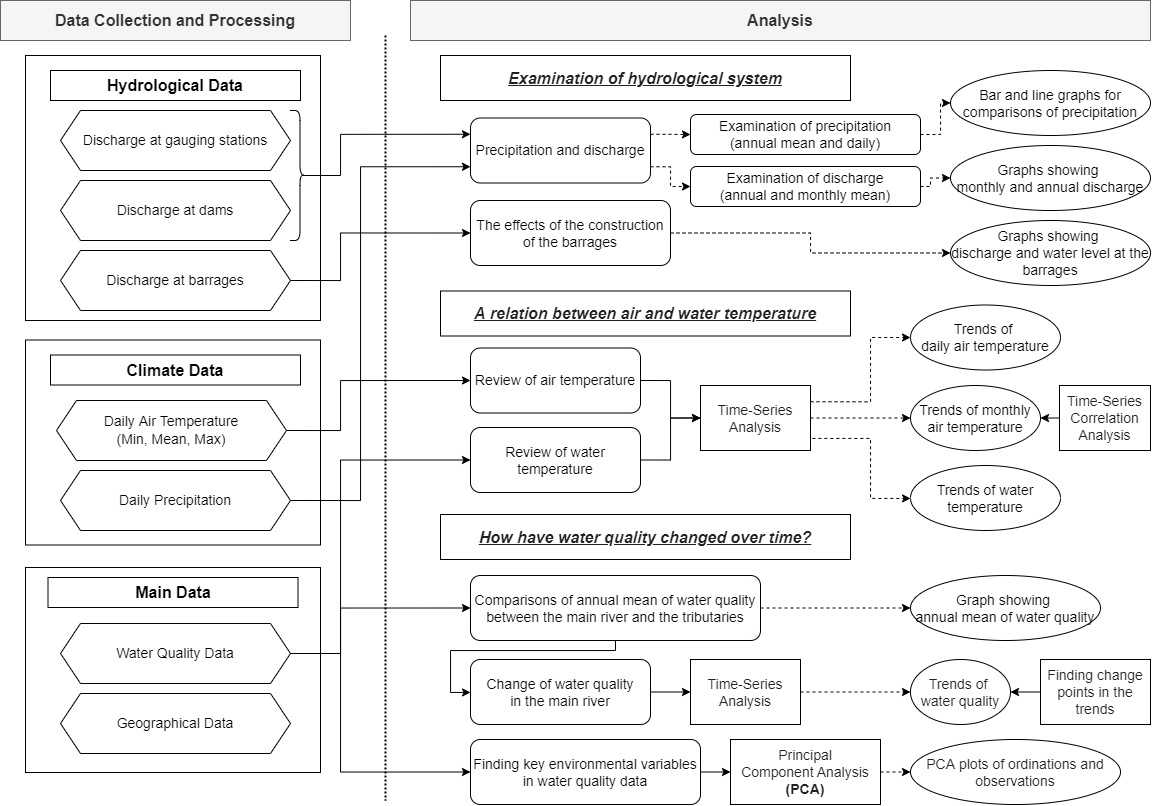
Earlier version of the draw.io export Chapter3_Flowchart(new).png (muyeoljung/PhD_Studyarea). Source tidied: cells renumbered, new cells last; positions are measured from the earlier drawing's top-left corner, leaving out a move shared by most shapes.
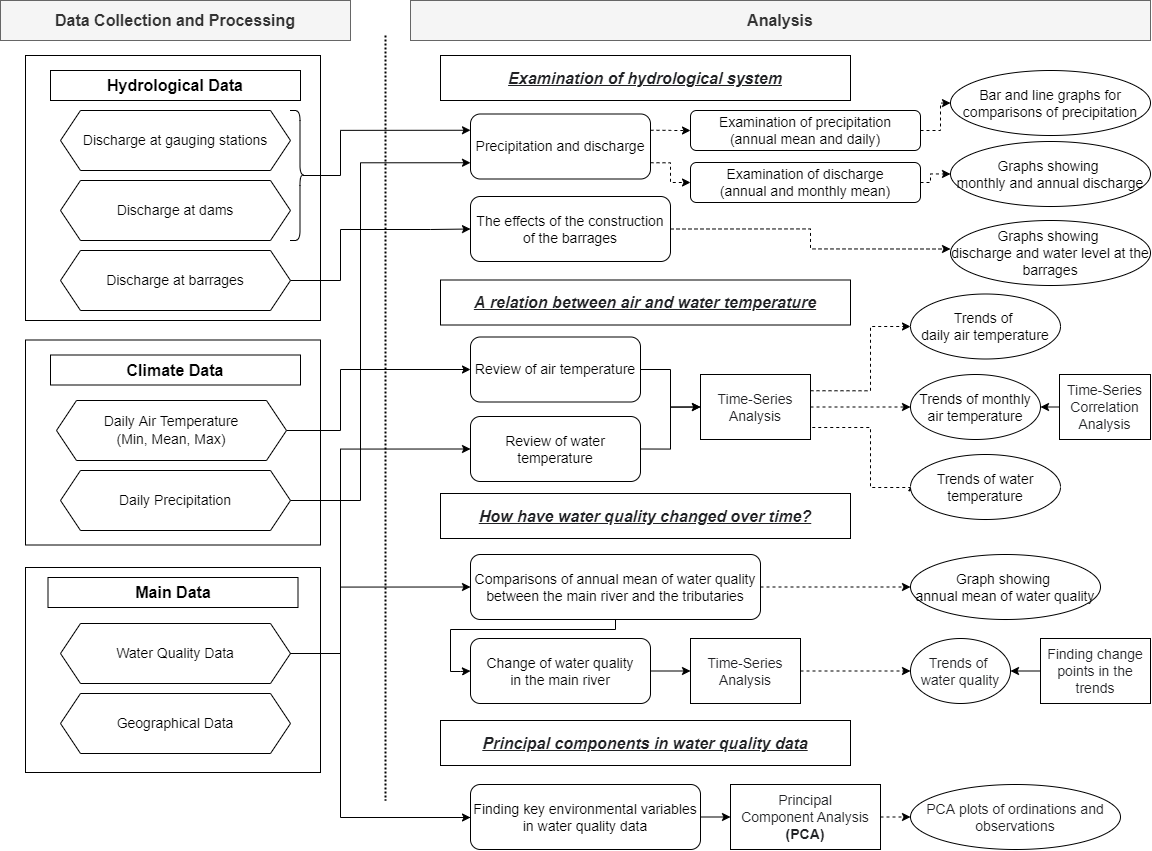
Above is the later version.

What changed in the source:
```diff
@@ -13,3 +13,13 @@
     </mxCell>
+    <mxCell id="6" style="edgeStyle=orthogonalEdgeStyle;rounded=0;jettySize=auto;html=1;exitX=1;exitY=0.5;exitDx=0;exitDy=0;fontSize=13;startArrow=none;startFill=0;endArrow=classic;endFill=1;" parent="1" edge="1" source="7">
+      <mxGeometry relative="1" as="geometry">
+        <mxPoint x="470" y="817" as="targetPoint" />
+        <Array as="points">
+          <mxPoint x="340" y="653" />
+          <mxPoint x="340" y="817" />
+          <mxPoint x="470" y="817" />
+        </Array>
+      </mxGeometry>
+    </mxCell>
-    <mxCell id="5" style="edgeStyle=orthogonalEdgeStyle;rounded=0;jettySize=auto;html=1;exitX=1;exitY=0.5;exitDx=0;exitDy=0;entryX=0;entryY=0.5;entryDx=0;entryDy=0;fontSize=14;startArrow=none;startFill=0;endArrow=classic;endFill=1;" parent="1" edge="1" source="7" target="33">
+    <mxCell id="5" style="edgeStyle=orthogonalEdgeStyle;rounded=0;jettySize=auto;html=1;exitX=1;exitY=0.5;exitDx=0;exitDy=0;entryX=0;entryY=0.5;entryDx=0;entryDy=0;" parent="1" edge="1" source="7" target="33">
       <mxGeometry relative="1" as="geometry">
@@ -17,3 +27,3 @@
           <mxPoint x="340" y="653" />
-          <mxPoint x="340" y="460" />
+          <mxPoint x="340" y="449" />
         </Array>
@@ -21,10 +31,2 @@
     </mxCell>
-    <mxCell id="6" style="edgeStyle=orthogonalEdgeStyle;rounded=0;jettySize=auto;html=1;exitX=1;exitY=0.5;exitDx=0;exitDy=0;entryX=0;entryY=0.5;entryDx=0;entryDy=0;fontSize=13;startArrow=none;startFill=0;endArrow=classic;endFill=1;" parent="1" edge="1" source="7" target="54">
-      <mxGeometry relative="1" as="geometry">
-        <Array as="points">
-          <mxPoint x="340" y="653" />
-          <mxPoint x="340" y="772" />
-        </Array>
-      </mxGeometry>
-    </mxCell>
     <mxCell id="7" value="&lt;font style=&quot;font-size: 14px&quot;&gt;Water Quality Data&lt;/font&gt;" style="shape=hexagon;perimeter=hexagonPerimeter2;whiteSpace=wrap;html=1;fixedSize=1;" parent="1" vertex="1">
@@ -51,3 +53,3 @@
     <mxCell id="14" value="&lt;font style=&quot;font-size: 14px&quot;&gt;Examination of precipitation&lt;br&gt;(annual mean and daily)&lt;br&gt;&lt;/font&gt;" style="rounded=1;whiteSpace=wrap;html=1;shadow=0;sketch=0;align=center;fontSize=14;" parent="1" vertex="1">
-      <mxGeometry x="690" y="114" width="230" height="40" as="geometry" />
+      <mxGeometry x="690" y="110" width="230" height="40" as="geometry" />
     </mxCell>
@@ -56,4 +58,4 @@
         <Array as="points">
-          <mxPoint x="930" y="186" />
-          <mxPoint x="930" y="177" />
+          <mxPoint x="930" y="182" />
+          <mxPoint x="930" y="173" />
         </Array>
@@ -62,9 +64,9 @@
     <mxCell id="16" value="&lt;font style=&quot;font-size: 14px&quot;&gt;Examination of discharge&lt;br&gt;(annual and monthly mean)&lt;br&gt;&lt;/font&gt;" style="rounded=1;whiteSpace=wrap;html=1;shadow=0;sketch=0;align=center;" parent="1" vertex="1">
-      <mxGeometry x="690" y="166" width="230" height="40" as="geometry" />
+      <mxGeometry x="690" y="162" width="230" height="40" as="geometry" />
     </mxCell>
     <mxCell id="17" value="&lt;div&gt;&lt;font color=&quot;#202124&quot; face=&quot;apple sd gothic neo, arial, sans-serif&quot;&gt;&lt;span style=&quot;font-size: 16px ; background-color: rgb(255 , 255 , 255)&quot;&gt;A relation between air and water temperature&lt;/span&gt;&lt;/font&gt;&lt;/div&gt;" style="rounded=0;whiteSpace=wrap;html=1;align=center;fontStyle=7;" parent="1" vertex="1">
-      <mxGeometry x="440" y="290.5" width="410" height="45" as="geometry" />
+      <mxGeometry x="440" y="279.5" width="410" height="45" as="geometry" />
     </mxCell>
     <mxCell id="18" value="&lt;div&gt;&lt;font color=&quot;#202124&quot; face=&quot;apple sd gothic neo, arial, sans-serif&quot;&gt;&lt;span style=&quot;font-size: 16px ; background-color: rgb(255 , 255 , 255)&quot;&gt;How have water quality changed over time?&lt;/span&gt;&lt;/font&gt;&lt;/div&gt;" style="rounded=0;whiteSpace=wrap;html=1;align=center;fontStyle=7;" parent="1" vertex="1">
-      <mxGeometry x="440" y="514" width="410" height="45" as="geometry" />
+      <mxGeometry x="440" y="493" width="410" height="45" as="geometry" />
     </mxCell>
@@ -74,3 +76,3 @@
     <mxCell id="20" value="&lt;font style=&quot;font-size: 14px&quot;&gt;Graphs showing &lt;br&gt;monthly and annual discharge&lt;/font&gt;" style="ellipse;whiteSpace=wrap;html=1;" parent="1" vertex="1">
-      <mxGeometry x="950" y="145" width="200" height="65" as="geometry" />
+      <mxGeometry x="950" y="141" width="200" height="65" as="geometry" />
     </mxCell>
@@ -83,3 +85,3 @@
           <mxPoint x="340" y="430" />
-          <mxPoint x="340" y="380" />
+          <mxPoint x="340" y="369" />
         </Array>
@@ -93,3 +95,3 @@
     </mxCell>
-    <mxCell id="25" style="edgeStyle=orthogonalEdgeStyle;rounded=0;jettySize=auto;html=1;exitX=1;exitY=0.5;exitDx=0;exitDy=0;entryX=0;entryY=0.75;entryDx=0;entryDy=0;fontSize=14;startArrow=none;startFill=0;endArrow=classic;endFill=1;" parent="1" edge="1" source="26" target="67">
+    <mxCell id="25" style="edgeStyle=orthogonalEdgeStyle;rounded=0;jettySize=auto;html=1;exitX=1;exitY=0.5;exitDx=0;exitDy=0;fontSize=14;startArrow=none;startFill=0;endArrow=classic;endFill=1;entryX=0;entryY=0.75;entryDx=0;entryDy=0;" parent="1" edge="1" source="26" target="67">
       <mxGeometry relative="1" as="geometry">
@@ -97,3 +99,3 @@
           <mxPoint x="360" y="500" />
-          <mxPoint x="360" y="166" />
+          <mxPoint x="360" y="162" />
         </Array>
@@ -117,3 +119,3 @@
     <mxCell id="31" value="&lt;font style=&quot;font-size: 14px&quot;&gt;Review of air temperature&lt;/font&gt;" style="rounded=1;whiteSpace=wrap;html=1;shadow=0;sketch=0;align=center;fontSize=14;" parent="1" vertex="1">
-      <mxGeometry x="470" y="347.5" width="170" height="65" as="geometry" />
+      <mxGeometry x="470" y="336.5" width="170" height="65" as="geometry" />
     </mxCell>
@@ -123,3 +125,3 @@
     <mxCell id="33" value="&lt;font style=&quot;font-size: 14px&quot;&gt;Review of water temperature&lt;/font&gt;" style="rounded=1;whiteSpace=wrap;html=1;shadow=0;sketch=0;align=center;fontSize=14;" parent="1" vertex="1">
-      <mxGeometry x="470" y="427" width="170" height="65" as="geometry" />
+      <mxGeometry x="470" y="416" width="170" height="65" as="geometry" />
     </mxCell>
@@ -128,9 +130,9 @@
     </mxCell>
-    <mxCell id="35" style="edgeStyle=orthogonalEdgeStyle;rounded=0;jettySize=auto;html=1;exitX=0.5;exitY=1;exitDx=0;exitDy=0;entryX=0;entryY=0.5;entryDx=0;entryDy=0;fontSize=12;startArrow=none;startFill=0;endArrow=classic;endFill=1;" parent="1" edge="1" source="37" target="39">
+    <mxCell id="35" style="edgeStyle=orthogonalEdgeStyle;rounded=0;jettySize=auto;html=1;exitX=0.5;exitY=1;exitDx=0;exitDy=0;fontSize=12;startArrow=none;startFill=0;endArrow=classic;endFill=1;entryX=0;entryY=0.5;entryDx=0;entryDy=0;" parent="1" edge="1" source="37" target="39">
       <mxGeometry relative="1" as="geometry">
         <Array as="points">
-          <mxPoint x="615" y="650" />
-          <mxPoint x="450" y="650" />
-          <mxPoint x="450" y="692" />
-          <mxPoint x="470" y="692" />
+          <mxPoint x="615" y="629" />
+          <mxPoint x="450" y="629" />
+          <mxPoint x="450" y="671" />
+          <mxPoint x="460" y="671" />
         </Array>
@@ -141,3 +143,3 @@
         <Array as="points">
-          <mxPoint x="340" y="607" />
+          <mxPoint x="340" y="586" />
           <mxPoint x="340" y="653" />
@@ -147,3 +149,3 @@
     <mxCell id="37" value="&lt;font style=&quot;font-size: 14px&quot;&gt;Comparisons of annual mean of water quality between the main river and the tributaries&lt;/font&gt;" style="rounded=1;whiteSpace=wrap;html=1;shadow=0;sketch=0;align=center;fontSize=14;" parent="1" vertex="1">
-      <mxGeometry x="470" y="575" width="290" height="65" as="geometry" />
+      <mxGeometry x="470" y="554" width="290" height="65" as="geometry" />
     </mxCell>
@@ -153,3 +155,3 @@
     <mxCell id="39" value="Change of water quality&lt;br&gt;in the main river" style="rounded=1;whiteSpace=wrap;html=1;shadow=0;sketch=0;align=center;fontSize=14;" parent="1" vertex="1">
-      <mxGeometry x="470" y="659" width="180" height="65" as="geometry" />
+      <mxGeometry x="470" y="638" width="180" height="65" as="geometry" />
     </mxCell>
@@ -158,4 +160,4 @@
         <Array as="points">
-          <mxPoint x="870" y="401" />
-          <mxPoint x="870" y="337" />
+          <mxPoint x="870" y="390" />
+          <mxPoint x="870" y="326" />
         </Array>
@@ -166,6 +168,6 @@
         <Array as="points">
-          <mxPoint x="810" y="438" />
-          <mxPoint x="870" y="438" />
-          <mxPoint x="870" y="498" />
-          <mxPoint x="910" y="498" />
+          <mxPoint x="810" y="427" />
+          <mxPoint x="870" y="427" />
+          <mxPoint x="870" y="487" />
+          <mxPoint x="910" y="487" />
         </Array>
@@ -177,18 +179,18 @@
     <mxCell id="43" value="&lt;font color=&quot;#202124&quot; face=&quot;apple sd gothic neo, arial, sans-serif&quot; size=&quot;1&quot;&gt;&lt;span style=&quot;background-color: rgb(255 , 255 , 255) ; font-size: 14px&quot;&gt;Time-Series Analysis&lt;/span&gt;&lt;/font&gt;" style="rounded=0;whiteSpace=wrap;html=1;" parent="1" vertex="1">
-      <mxGeometry x="700" y="385" width="110" height="65" as="geometry" />
+      <mxGeometry x="700" y="374" width="110" height="65" as="geometry" />
     </mxCell>
     <mxCell id="44" value="&lt;font style=&quot;font-size: 14px&quot;&gt;Trends of &lt;br&gt;daily air temperature&lt;/font&gt;" style="ellipse;whiteSpace=wrap;html=1;" parent="1" vertex="1">
-      <mxGeometry x="910" y="304.5" width="150" height="65" as="geometry" />
+      <mxGeometry x="910" y="293.5" width="150" height="65" as="geometry" />
     </mxCell>
     <mxCell id="45" value="&lt;font style=&quot;font-size: 14px&quot;&gt;Trends of monthly air temperature&lt;/font&gt;" style="ellipse;whiteSpace=wrap;html=1;" parent="1" vertex="1">
-      <mxGeometry x="910" y="385" width="130" height="65" as="geometry" />
+      <mxGeometry x="910" y="374" width="130" height="65" as="geometry" />
     </mxCell>
     <mxCell id="46" value="&lt;font style=&quot;font-size: 14px&quot;&gt;Trends of water temperature&lt;/font&gt;" style="ellipse;whiteSpace=wrap;html=1;" parent="1" vertex="1">
-      <mxGeometry x="910" y="465" width="150" height="65" as="geometry" />
+      <mxGeometry x="910" y="454" width="150" height="65" as="geometry" />
     </mxCell>
     <mxCell id="47" value="&lt;span style=&quot;font-size: 14px&quot;&gt;Graph showing &lt;br&gt;annual mean of water quality&lt;/span&gt;" style="ellipse;whiteSpace=wrap;html=1;" parent="1" vertex="1">
-      <mxGeometry x="910" y="575" width="190" height="65" as="geometry" />
+      <mxGeometry x="910" y="554" width="190" height="65" as="geometry" />
     </mxCell>
     <mxCell id="48" value="&lt;font color=&quot;#202124&quot; face=&quot;apple sd gothic neo, arial, sans-serif&quot; size=&quot;1&quot;&gt;&lt;span style=&quot;background-color: rgb(255 , 255 , 255) ; font-size: 14px&quot;&gt;Time-Series Analysis&lt;/span&gt;&lt;/font&gt;" style="rounded=0;whiteSpace=wrap;html=1;" parent="1" vertex="1">
-      <mxGeometry x="690" y="659" width="110" height="65" as="geometry" />
+      <mxGeometry x="690" y="638" width="110" height="65" as="geometry" />
     </mxCell>
@@ -198,3 +200,3 @@
           <mxPoint x="340" y="175" />
-          <mxPoint x="340" y="134" />
+          <mxPoint x="340" y="130" />
         </Array>
@@ -209,3 +211,3 @@
     <mxCell id="52" value="&lt;span style=&quot;color: rgb(32 , 33 , 36) ; font-family: &amp;#34;apple sd gothic neo&amp;#34; , &amp;#34;arial&amp;#34; , sans-serif ; font-size: 14px ; background-color: rgb(255 , 255 , 255)&quot;&gt;Trends of &lt;br&gt;water quality&lt;/span&gt;" style="ellipse;whiteSpace=wrap;html=1;" parent="1" vertex="1">
-      <mxGeometry x="910" y="659" width="100" height="65" as="geometry" />
+      <mxGeometry x="910" y="638" width="100" height="65" as="geometry" />
     </mxCell>
@@ -215,3 +217,3 @@
     <mxCell id="54" value="Finding key environmental variables in water quality data" style="rounded=1;whiteSpace=wrap;html=1;shadow=0;sketch=0;align=center;fontSize=14;" parent="1" vertex="1">
-      <mxGeometry x="470" y="739" width="230" height="65" as="geometry" />
+      <mxGeometry x="470" y="784" width="230" height="65" as="geometry" />
     </mxCell>
@@ -221,6 +223,6 @@
     <mxCell id="56" value="&lt;font color=&quot;#202124&quot; face=&quot;apple sd gothic neo, arial, sans-serif&quot;&gt;&lt;span style=&quot;background-color: rgb(255 , 255 , 255)&quot;&gt;&lt;span style=&quot;font-size: 14px&quot;&gt;Principal Component&amp;nbsp;Analysis &lt;b&gt;(PCA)&lt;/b&gt;&lt;/span&gt;&lt;/span&gt;&lt;/font&gt;" style="rounded=0;whiteSpace=wrap;html=1;" parent="1" vertex="1">
-      <mxGeometry x="730" y="739" width="150" height="65" as="geometry" />
+      <mxGeometry x="730" y="784" width="150" height="65" as="geometry" />
     </mxCell>
     <mxCell id="57" value="&lt;font color=&quot;#202124&quot; face=&quot;apple sd gothic neo, arial, sans-serif&quot;&gt;&lt;span style=&quot;font-size: 14px ; background-color: rgb(255 , 255 , 255)&quot;&gt;PCA plots of ordinations and observations&lt;/span&gt;&lt;/font&gt;" style="ellipse;whiteSpace=wrap;html=1;" parent="1" vertex="1">
-      <mxGeometry x="910" y="739" width="210" height="65" as="geometry" />
+      <mxGeometry x="910" y="784" width="210" height="65" as="geometry" />
     </mxCell>
@@ -230,3 +232,3 @@
     <mxCell id="59" value="&lt;span style=&quot;color: rgb(32 , 33 , 36) ; font-family: &amp;#34;apple sd gothic neo&amp;#34; , &amp;#34;arial&amp;#34; , sans-serif ; font-size: 14px ; background-color: rgb(255 , 255 , 255)&quot;&gt;Finding change points in&lt;/span&gt;&lt;span style=&quot;color: rgb(32 , 33 , 36) ; font-family: &amp;#34;apple sd gothic neo&amp;#34; , &amp;#34;arial&amp;#34; , sans-serif ; font-size: 14px&quot;&gt;&amp;nbsp;the trends&lt;/span&gt;" style="rounded=0;whiteSpace=wrap;html=1;" parent="1" vertex="1">
-      <mxGeometry x="1040" y="659" width="110" height="65" as="geometry" />
+      <mxGeometry x="1040" y="638" width="110" height="65" as="geometry" />
     </mxCell>
@@ -236,3 +238,3 @@
     <mxCell id="61" value="&lt;font color=&quot;#202124&quot; face=&quot;apple sd gothic neo, arial, sans-serif&quot;&gt;&lt;span style=&quot;font-size: 14px ; background-color: rgb(255 , 255 , 255)&quot;&gt;Time-Series Correlation Analysis&lt;/span&gt;&lt;/font&gt;" style="rounded=0;whiteSpace=wrap;html=1;" parent="1" vertex="1">
-      <mxGeometry x="1059" y="385" width="91" height="65" as="geometry" />
+      <mxGeometry x="1059" y="374" width="91" height="65" as="geometry" />
     </mxCell>
@@ -241,7 +243,9 @@
     </mxCell>
-    <mxCell id="63" style="edgeStyle=orthogonalEdgeStyle;rounded=0;jettySize=auto;html=1;exitX=1;exitY=0.5;exitDx=0;exitDy=0;entryX=0;entryY=0.5;entryDx=0;entryDy=0;dashed=1;fontSize=14;startArrow=none;startFill=0;endArrow=classic;endFill=1;" parent="1" edge="1" source="64" target="62">
-      <mxGeometry relative="1" as="geometry" />
+    <mxCell id="63" style="edgeStyle=orthogonalEdgeStyle;rounded=0;jettySize=auto;html=1;exitX=1;exitY=0.5;exitDx=0;exitDy=0;entryX=0;entryY=0.5;entryDx=0;entryDy=0;dashed=1;fontSize=14;startArrow=none;startFill=0;endArrow=classic;endFill=1;" parent="1" edge="1" source="64">
+      <mxGeometry relative="1" as="geometry">
+        <mxPoint x="950" y="248.5" as="targetPoint" />
+      </mxGeometry>
     </mxCell>
     <mxCell id="64" value="&lt;font style=&quot;font-size: 14px&quot;&gt;The effects of the construction of the barrages&lt;/font&gt;" style="rounded=1;whiteSpace=wrap;html=1;shadow=0;sketch=0;align=center;" parent="1" vertex="1">
-      <mxGeometry x="470" y="200" width="200" height="65" as="geometry" />
+      <mxGeometry x="470" y="196" width="200" height="65" as="geometry" />
     </mxCell>
@@ -254,5 +258,5 @@
     <mxCell id="67" value="&lt;font style=&quot;font-size: 14px&quot;&gt;Precipitation and discharge&lt;br&gt;&lt;/font&gt;" style="rounded=1;whiteSpace=wrap;html=1;shadow=0;sketch=0;align=center;" parent="1" vertex="1">
-      <mxGeometry x="470" y="117.5" width="180" height="65" as="geometry" />
+      <mxGeometry x="470" y="113.5" width="180" height="65" as="geometry" />
     </mxCell>
-    <mxCell id="68" style="edgeStyle=orthogonalEdgeStyle;rounded=0;jettySize=auto;html=1;exitX=1;exitY=0.5;exitDx=0;exitDy=0;entryX=0;entryY=0.5;entryDx=0;entryDy=0;fontSize=14;startArrow=none;startFill=0;endArrow=classic;endFill=1;" parent="1" edge="1" source="69" target="64">
+    <mxCell id="68" style="edgeStyle=orthogonalEdgeStyle;rounded=0;jettySize=auto;html=1;exitX=1;exitY=0.5;exitDx=0;exitDy=0;fontSize=14;startArrow=none;startFill=0;endArrow=classic;endFill=1;entryX=0;entryY=0.5;entryDx=0;entryDy=0;" parent="1" edge="1" source="69" target="64">
       <mxGeometry relative="1" as="geometry">
@@ -260,3 +264,4 @@
           <mxPoint x="340" y="280" />
-          <mxPoint x="340" y="233" />
+          <mxPoint x="340" y="229" />
+          <mxPoint x="430" y="229" />
         </Array>
@@ -267,2 +272,5 @@
     </mxCell>
+    <mxCell id="70" value="&lt;font color=&quot;#202124&quot; face=&quot;apple sd gothic neo, arial, sans-serif&quot;&gt;&lt;span style=&quot;font-size: 16px ; background-color: rgb(255 , 255 , 255)&quot;&gt;Principal components in water quality data&lt;/span&gt;&lt;/font&gt;" style="rounded=0;whiteSpace=wrap;html=1;align=center;fontStyle=7;" parent="1" vertex="1">
+      <mxGeometry x="440" y="720" width="410" height="45" as="geometry" />
+    </mxCell>
   </root>
```
